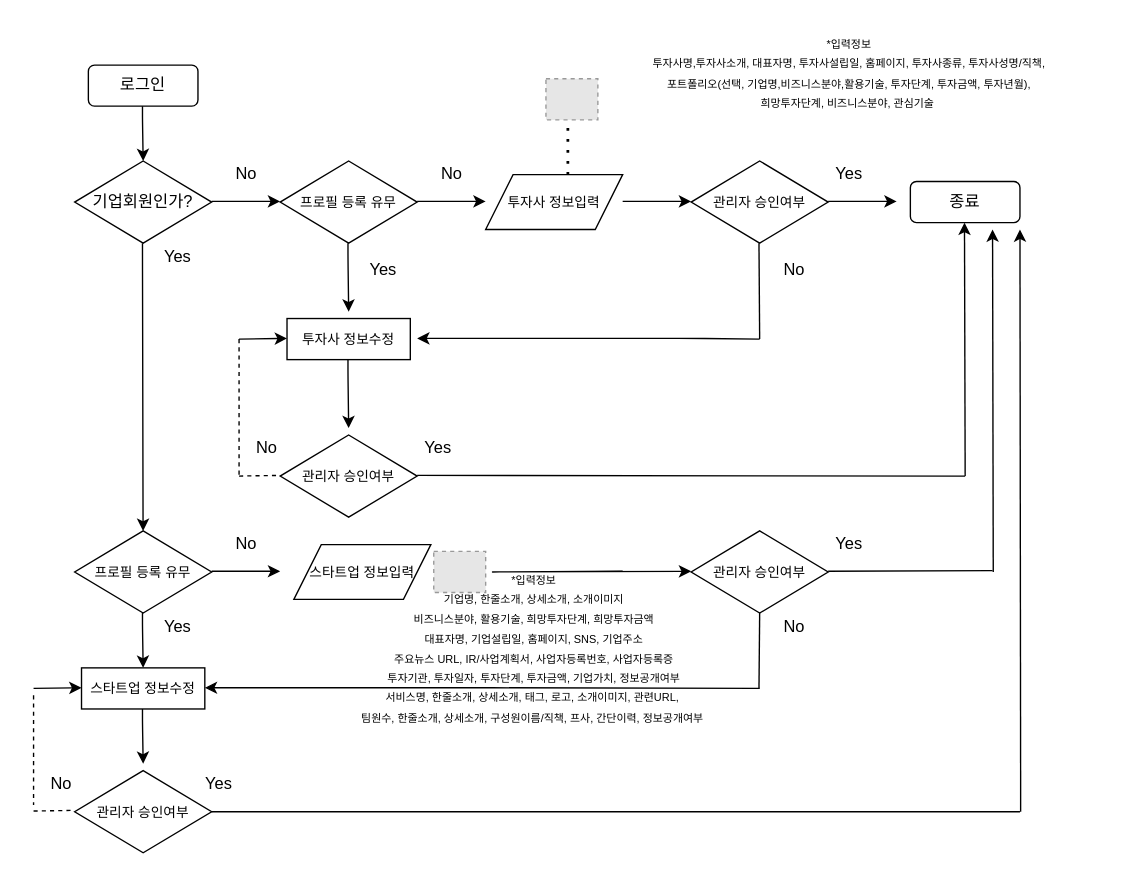
Earlier version of the draw.io diagram 비즈니스나우 프로필.drawio (Lucidhomme/TIL). Source tidied: cells renumbered, new cells numbered last; positions are measured from the earlier drawing's top-left corner, leaving out a move shared by most shapes. Both pictures are drawn from the tidied source at 137%, with x=0, y=0 at pixel (33, 23). Pictures stored in the file or linked from it are replaced by grey dashed boxes.
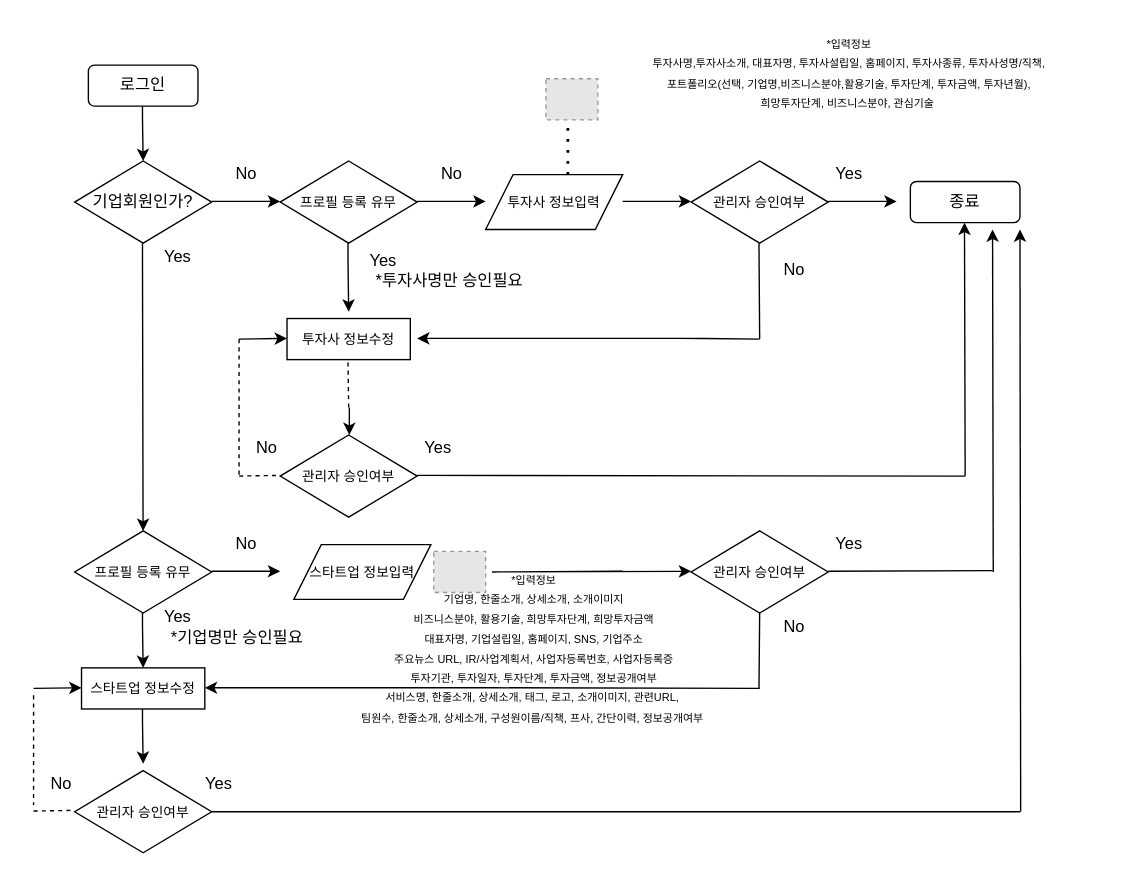
The same diagram, later.

Commit message:
Update 비즈니스나우 프로필.drawio

Diff of the diagram source:
```diff
@@
-    <mxCell id="13" value="Yes" style="text;html=1;align=center;verticalAlign=middle;fillColor=none;strokeColor=none;rounded=0;" parent="1" vertex="1">
-      <mxGeometry x="240" y="170" width="30" height="20" as="geometry" />
+    <mxCell id="13" value="Yes&lt;br&gt;&amp;nbsp; &amp;nbsp; &amp;nbsp; &amp;nbsp; &amp;nbsp; &amp;nbsp; &amp;nbsp; &amp;nbsp; &amp;nbsp; &amp;nbsp; &amp;nbsp; &amp;nbsp; &amp;nbsp; &amp;nbsp; &amp;nbsp;*투자사명만 승인필요" style="text;html=1;align=center;verticalAlign=middle;fillColor=none;strokeColor=none;rounded=0;" parent="1" vertex="1">
+      <mxGeometry x="140" y="165" width="230" height="30" as="geometry" />
     </mxCell>
@@
-    <mxCell id="29" style="endArrow=classic;html=1;" parent="1" edge="1">
-      <mxGeometry relative="1" as="geometry">
-        <mxPoint x="229.5" y="245" as="sourcePoint" />
-        <mxPoint x="230" y="295" as="targetPoint" />
-        <Array as="points">
-          <mxPoint x="229.5" y="255" />
-        </Array>
-      </mxGeometry>
-    </mxCell>
@@
-    <mxCell id="39" value="Yes" style="text;html=1;align=center;verticalAlign=middle;fillColor=none;strokeColor=none;rounded=0;" parent="1" vertex="1">
-      <mxGeometry x="90" y="430" width="30" height="20" as="geometry" />
+    <mxCell id="39" value="Yes&lt;br&gt;&amp;nbsp; &amp;nbsp; &amp;nbsp; &amp;nbsp; &amp;nbsp; &amp;nbsp; &amp;nbsp; &amp;nbsp; &amp;nbsp; &amp;nbsp; &amp;nbsp; &amp;nbsp; &amp;nbsp; *기업명만 승인필요" style="text;html=1;align=center;verticalAlign=middle;fillColor=none;strokeColor=none;rounded=0;" parent="1" vertex="1">
+      <mxGeometry y="425" width="210" height="30" as="geometry" />
     </mxCell>
@@
-    <mxCell id="54" value="&lt;font style=&quot;font-size: 8px&quot;&gt;*입력정보&lt;br&gt;기업명, 한줄소개, 상세소개, 소개이미지&lt;br&gt;비즈니스분야, 활용기술, 희망투자단계, 희망투자금액&lt;br&gt;대표자명, 기업설립일, 홈페이지, SNS, 기업주소&lt;br&gt;주요뉴스 URL, IR/사업계획서, 사업자등록번호, 사업자등록증&lt;br&gt;투자기관, 투자일자, 투자단계, 투자금액, 기업가치, 정보공개여부&lt;br&gt;서비스명, 한줄소개, 상세소개, 태그, 로고, 소개이미지, 관련URL,&amp;nbsp;&lt;br&gt;팀원수, 한줄소개, 상세소개, 구성원이름/직책, 프사, 간단이력, 정보공개여부&amp;nbsp;&lt;br&gt;&lt;/font&gt;" style="text;html=1;align=center;verticalAlign=middle;fillColor=none;strokeColor=none;rounded=0;" parent="1" vertex="1">
+    <mxCell id="54" value="&lt;font style=&quot;font-size: 8px&quot;&gt;*입력정보&lt;br&gt;기업명, 한줄소개, 상세소개, 소개이미지&lt;br&gt;비즈니스분야, 활용기술, 희망투자단계, 희망투자금액&lt;br&gt;대표자명, 기업설립일, 홈페이지, SNS, 기업주소&lt;br&gt;주요뉴스 URL, IR/사업계획서, 사업자등록번호, 사업자등록증&lt;br&gt;투자기관, 투자일자, 투자단계, 투자금액, 정보공개여부&lt;br&gt;서비스명, 한줄소개, 상세소개, 태그, 로고, 소개이미지, 관련URL,&amp;nbsp;&lt;br&gt;팀원수, 한줄소개, 상세소개, 구성원이름/직책, 프사, 간단이력, 정보공개여부&amp;nbsp;&lt;br&gt;&lt;/font&gt;" style="text;html=1;align=center;verticalAlign=middle;fillColor=none;strokeColor=none;rounded=0;" parent="1" vertex="1">
       <mxGeometry x="190" y="390" width="350" height="130" as="geometry" />
     </mxCell>
@@
+    <mxCell id="62" style="endArrow=none;dashed=1;html=1;" parent="1" edge="1">
+      <mxGeometry relative="1" as="geometry">
+        <mxPoint x="230" y="280" as="sourcePoint" />
+        <mxPoint x="229.5" y="245" as="targetPoint" />
+      </mxGeometry>
+    </mxCell>
+    <mxCell id="63" style="endArrow=classic;html=1;" parent="1" edge="1">
+      <mxGeometry relative="1" as="geometry">
+        <mxPoint x="230.5" y="280" as="sourcePoint" />
+        <mxPoint x="230.5" y="300" as="targetPoint" />
+      </mxGeometry>
+    </mxCell>
```
